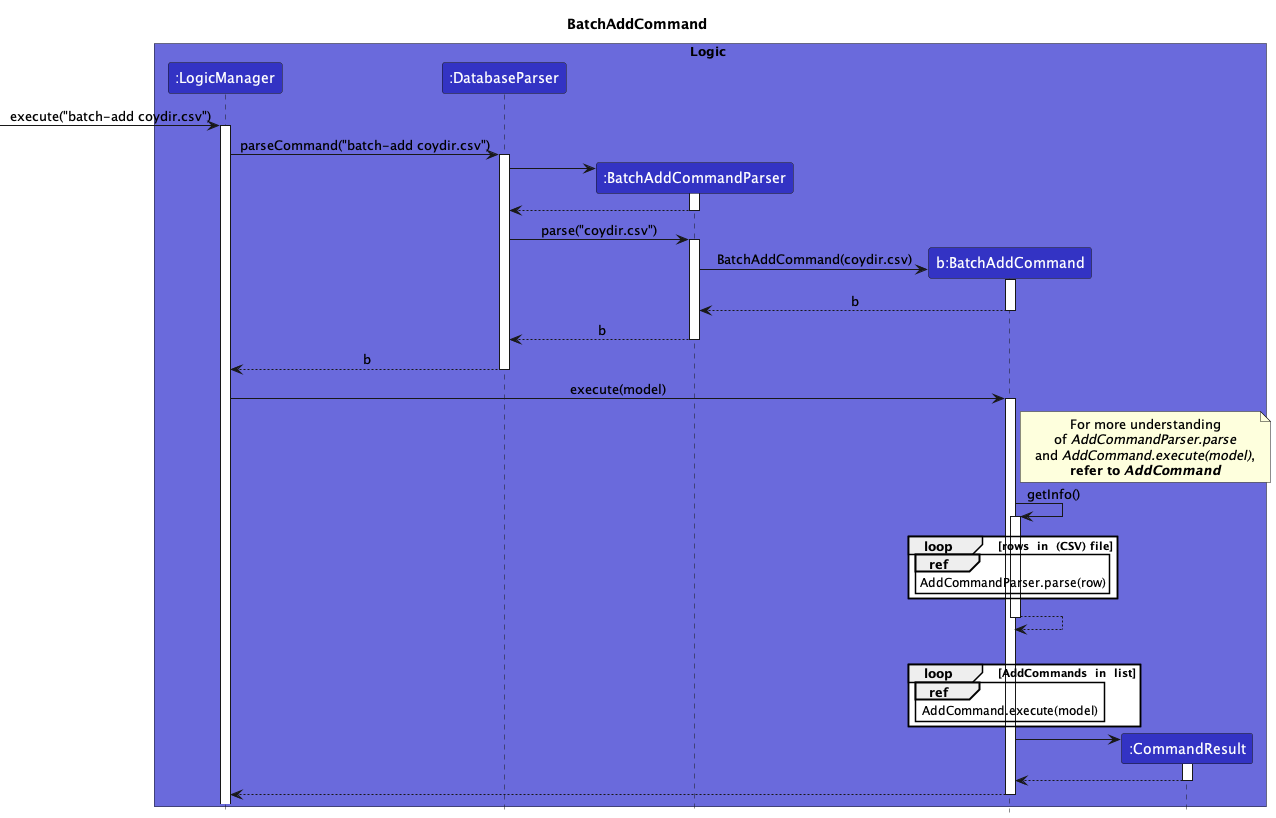
Above: docs/images/diagrams/BatchAddUML.png in nus-cs2103-AY2223S1/tp (PlantUML), before the change.
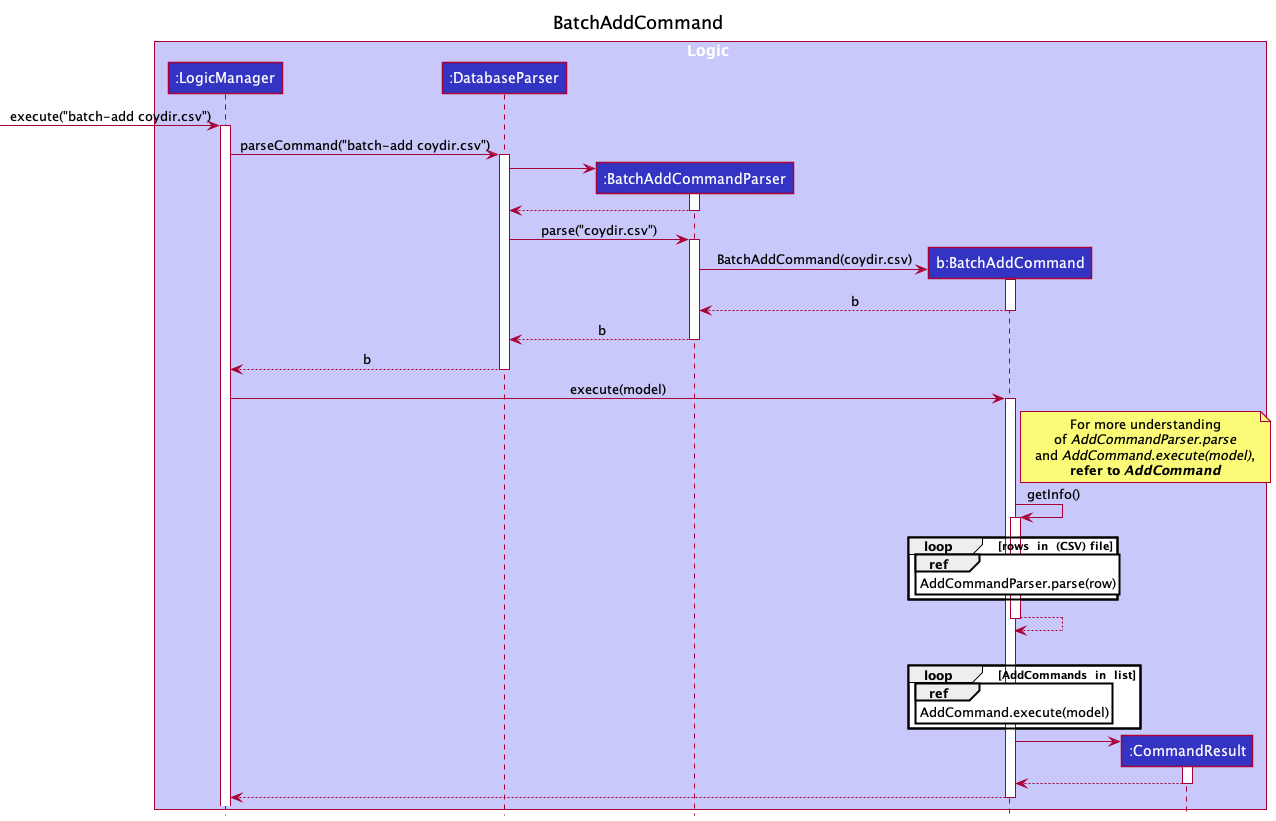
Later version of the same file.

Change to the diagram source:
```diff
@@ -1,15 +1,14 @@
 @startuml
 !include Style.puml
 title BatchAddCommand
-skinparam sequenceMessageAlign center
-box Logic LOGIC_COLOR_T2
+
+box Logic LOGIC_COLOR_T1
 participant ":LogicManager" as LogicManager LOGIC_COLOR
 participant ":DatabaseParser" as DatabaseParser LOGIC_COLOR
 participant ":BatchAddCommandParser" as BatchAddCommandParser LOGIC_COLOR
 participant "b:BatchAddCommand" as BatchAddCommand LOGIC_COLOR
 participant ":CommandResult" as CommandResult LOGIC_COLOR
 end box
-
 
 [-> LogicManager: execute("batch-add coydir.csv")
 activate LogicManager
@@ -61,7 +60,6 @@
 deactivate BatchAddCommand
 |||
 
-
 loop #white AddCommands  in  list
 ref over BatchAddCommand
 AddCommand.execute(model)
@@ -78,7 +76,4 @@
 BatchAddCommand --> LogicManager
 deactivate BatchAddCommand
 
-
-
-
 @enduml
```
